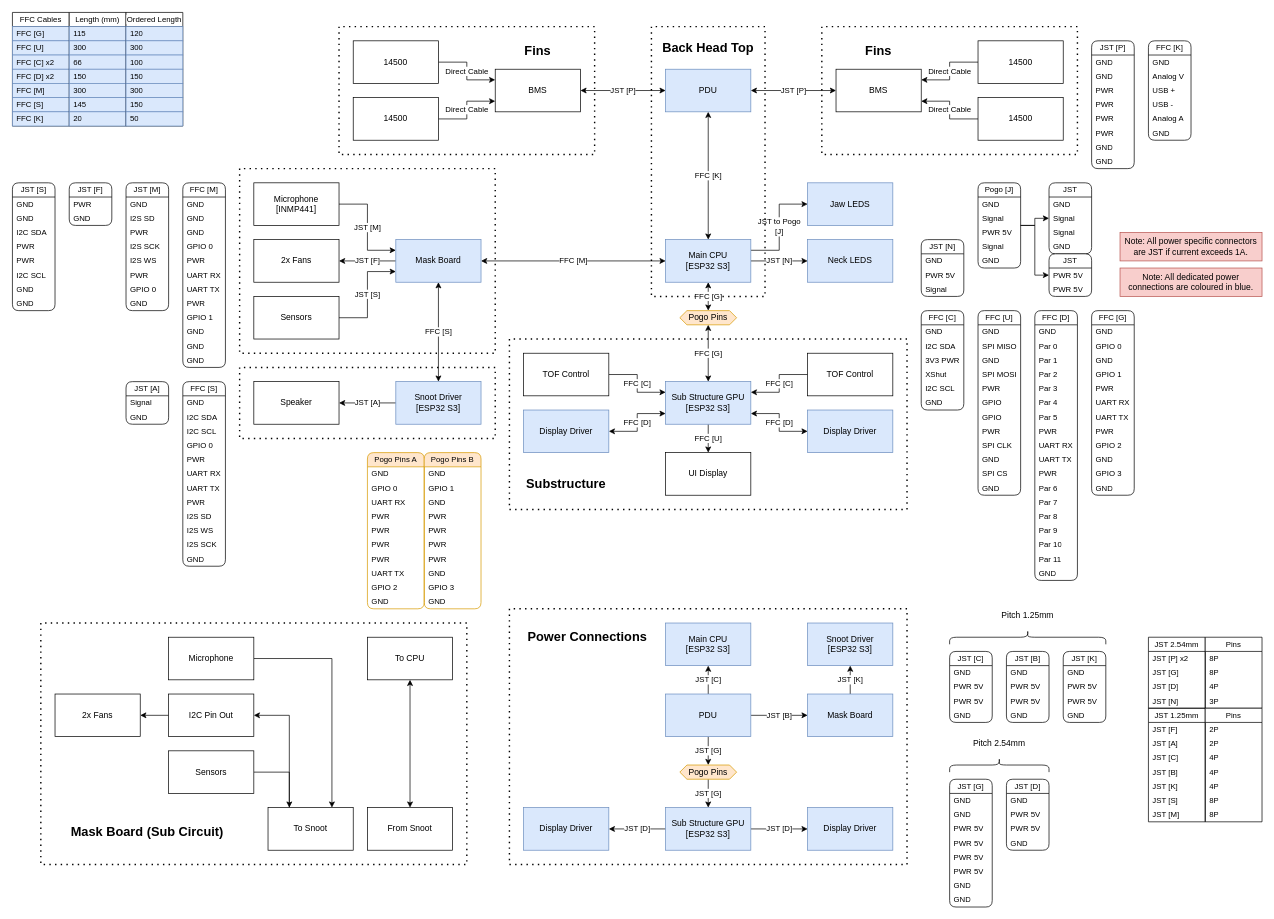
Above: page "Connectors & Connections" (2 of 3) of Documents/Electronics.drawio in XCR1793/Synth-Head (draw.io), before the change. Source tidied: cells renumbered, new cells numbered last; positions are measured from the earlier drawing's top-left corner, leaving out a move shared by most shapes. Both pictures are drawn from the tidied source at 71%, with x=0, y=0 at pixel (12, 12).
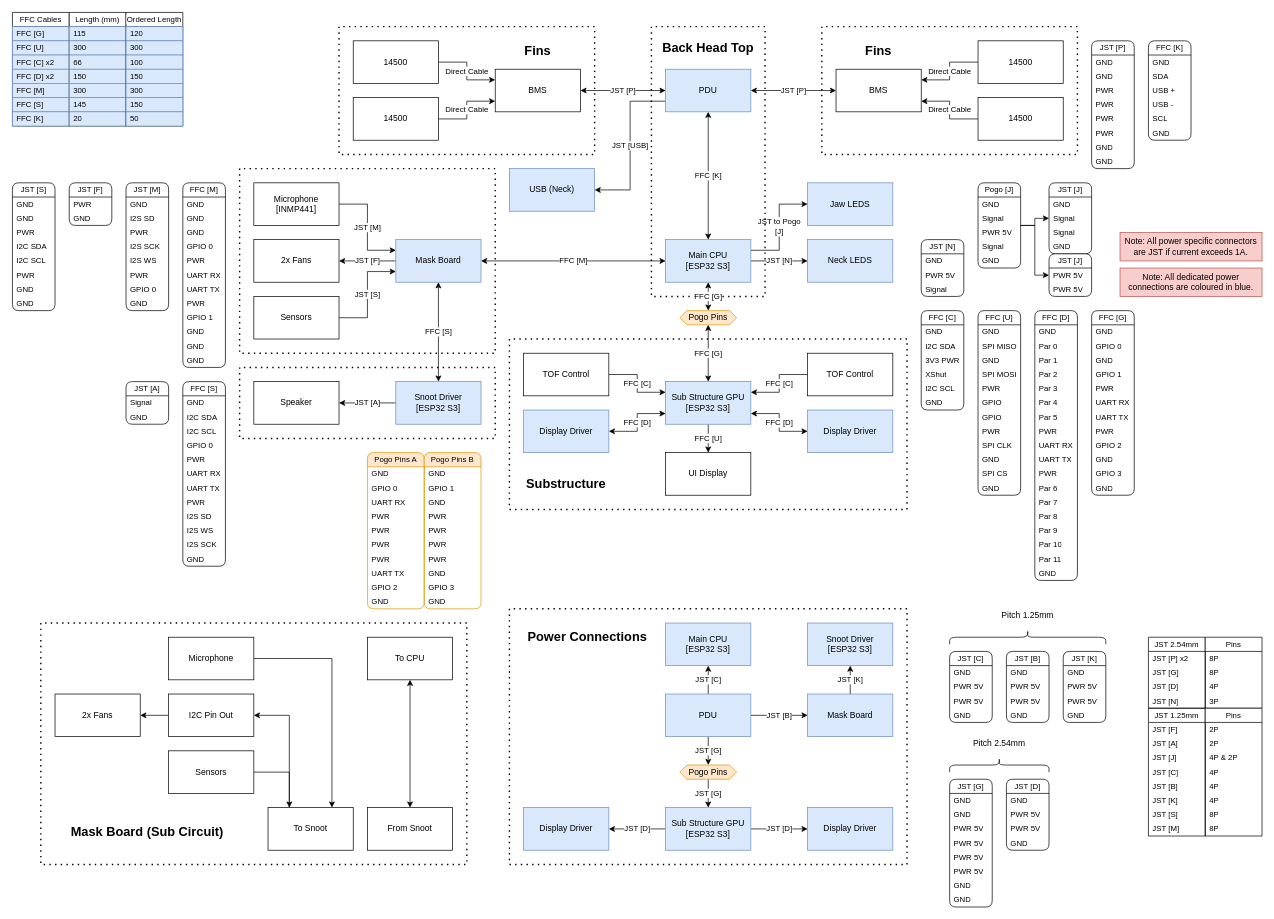
The same page after the edit.

Unchanged cells that the change refers to:
```xml
<mxCell id="13" value="PDU" style="rounded=0;whiteSpace=wrap;html=1;fontStyle=0;fillColor=#dae8fc;strokeColor=#6c8ebf;" parent="1" vertex="1">
  <mxGeometry x="920" y="80" width="120" height="60" as="geometry" />
</mxCell>
<mxCell id="160" value="JST [S]" style="swimlane;fontStyle=0;horizontal=1;startSize=20;whiteSpace=wrap;html=1;fontFamily=Helvetica;fontSize=11;fontColor=default;labelBackgroundColor=default;rounded=1;" parent="1" vertex="1">
  <mxGeometry y="240" width="60" height="180" as="geometry" />
</mxCell>
<mxCell id="195" value="FFC [K]" style="swimlane;fontStyle=0;horizontal=1;startSize=20;whiteSpace=wrap;html=1;fontFamily=Helvetica;fontSize=11;fontColor=default;labelBackgroundColor=default;rounded=1;" parent="1" vertex="1">
  <mxGeometry x="1600" y="40" width="60" height="140" as="geometry" />
</mxCell>
```

Change to the diagram source:
```diff
@@
+    <mxCell id="333" value="JST [USB]" style="edgeStyle=orthogonalEdgeStyle;rounded=0;jettySize=auto;html=1;exitX=0;exitY=0.75;exitDx=0;exitDy=0;entryX=1;entryY=0.5;entryDx=0;entryDy=0;" parent="1" edge="1" source="13" target="336">
+      <mxGeometry relative="1" as="geometry" />
+    </mxCell>
@@
+    <mxCell id="164" value="PWR" style="text;strokeColor=none;fillColor=none;align=left;verticalAlign=middle;spacingLeft=4;spacingRight=4;overflow=hidden;whiteSpace=wrap;html=1;fontFamily=Helvetica;fontSize=11;fontColor=default;labelBackgroundColor=default;fontStyle=0;" parent="160" vertex="1">
+      <mxGeometry y="60" width="60" height="20" as="geometry" />
+    </mxCell>
     <mxCell id="163" value="I2C SDA" style="text;strokeColor=none;fillColor=none;align=left;verticalAlign=middle;spacingLeft=4;spacingRight=4;overflow=hidden;whiteSpace=wrap;html=1;fontFamily=Helvetica;fontSize=11;fontColor=default;labelBackgroundColor=default;fontStyle=0;" parent="160" vertex="1">
-      <mxGeometry y="60" width="60" height="20" as="geometry" />
+      <mxGeometry y="80" width="60" height="20" as="geometry" />
     </mxCell>
-    <mxCell id="164" value="PWR" style="text;strokeColor=none;fillColor=none;align=left;verticalAlign=middle;spacingLeft=4;spacingRight=4;overflow=hidden;whiteSpace=wrap;html=1;fontFamily=Helvetica;fontSize=11;fontColor=default;labelBackgroundColor=default;fontStyle=0;" parent="160" vertex="1">
-      <mxGeometry y="80" width="60" height="20" as="geometry" />
-    </mxCell>
+    <mxCell id="166" value="I2C SCL" style="text;strokeColor=none;fillColor=none;align=left;verticalAlign=middle;spacingLeft=4;spacingRight=4;overflow=hidden;whiteSpace=wrap;html=1;fontFamily=Helvetica;fontSize=11;fontColor=default;labelBackgroundColor=default;fontStyle=0;" parent="160" vertex="1">
+      <mxGeometry y="100" width="60" height="20" as="geometry" />
+    </mxCell>
     <mxCell id="165" value="PWR" style="text;strokeColor=none;fillColor=none;align=left;verticalAlign=middle;spacingLeft=4;spacingRight=4;overflow=hidden;whiteSpace=wrap;html=1;fontFamily=Helvetica;fontSize=11;fontColor=default;labelBackgroundColor=default;fontStyle=0;" parent="160" vertex="1">
-      <mxGeometry y="100" width="60" height="20" as="geometry" />
+      <mxGeometry y="120" width="60" height="20" as="geometry" />
     </mxCell>
-    <mxCell id="166" value="I2C SCL" style="text;strokeColor=none;fillColor=none;align=left;verticalAlign=middle;spacingLeft=4;spacingRight=4;overflow=hidden;whiteSpace=wrap;html=1;fontFamily=Helvetica;fontSize=11;fontColor=default;labelBackgroundColor=default;fontStyle=0;" parent="160" vertex="1">
-      <mxGeometry y="120" width="60" height="20" as="geometry" />
-    </mxCell>
@@
-    <mxCell id="197" value="Analog V" style="text;strokeColor=none;fillColor=none;align=left;verticalAlign=middle;spacingLeft=4;spacingRight=4;overflow=hidden;whiteSpace=wrap;html=1;fontFamily=Helvetica;fontSize=11;fontColor=default;labelBackgroundColor=default;fontStyle=0;" parent="195" vertex="1">
+    <mxCell id="197" value="SDA" style="text;strokeColor=none;fillColor=none;align=left;verticalAlign=middle;spacingLeft=4;spacingRight=4;overflow=hidden;whiteSpace=wrap;html=1;fontFamily=Helvetica;fontSize=11;fontColor=default;labelBackgroundColor=default;fontStyle=0;" parent="195" vertex="1">
       <mxGeometry y="40" width="60" height="20" as="geometry" />
     </mxCell>
@@
-    <mxCell id="200" value="Analog A" style="text;strokeColor=none;fillColor=none;align=left;verticalAlign=middle;spacingLeft=4;spacingRight=4;overflow=hidden;whiteSpace=wrap;html=1;fontFamily=Helvetica;fontSize=11;fontColor=default;labelBackgroundColor=default;fontStyle=0;" parent="195" vertex="1">
+    <mxCell id="200" value="SCL" style="text;strokeColor=none;fillColor=none;align=left;verticalAlign=middle;spacingLeft=4;spacingRight=4;overflow=hidden;whiteSpace=wrap;html=1;fontFamily=Helvetica;fontSize=11;fontColor=default;labelBackgroundColor=default;fontStyle=0;" parent="195" vertex="1">
       <mxGeometry y="100" width="60" height="20" as="geometry" />
     </mxCell>
@@
     <mxCell id="290" value="JST 1.25mm" style="swimlane;fontStyle=0;horizontal=1;startSize=20;whiteSpace=wrap;html=1;fontFamily=Helvetica;fontSize=11;fontColor=default;labelBackgroundColor=default;" parent="1" vertex="1">
-      <mxGeometry x="1600" y="980" width="80" height="160" as="geometry" />
+      <mxGeometry x="1600" y="980" width="80" height="180" as="geometry" />
     </mxCell>
@@
+    <mxCell id="334" value="JST [J]" style="text;strokeColor=none;fillColor=none;align=left;verticalAlign=middle;spacingLeft=4;spacingRight=4;overflow=hidden;whiteSpace=wrap;html=1;fontFamily=Helvetica;fontSize=11;fontColor=default;labelBackgroundColor=default;" parent="290" vertex="1">
+      <mxGeometry y="60" width="80" height="20" as="geometry" />
+    </mxCell>
     <mxCell id="293" value="JST [C]" style="text;strokeColor=none;fillColor=none;align=left;verticalAlign=middle;spacingLeft=4;spacingRight=4;overflow=hidden;whiteSpace=wrap;html=1;fontFamily=Helvetica;fontSize=11;fontColor=default;labelBackgroundColor=default;" parent="290" vertex="1">
-      <mxGeometry y="60" width="80" height="20" as="geometry" />
+      <mxGeometry y="80" width="80" height="20" as="geometry" />
     </mxCell>
     <mxCell id="294" value="JST [B]" style="text;strokeColor=none;fillColor=none;align=left;verticalAlign=middle;spacingLeft=4;spacingRight=4;overflow=hidden;whiteSpace=wrap;html=1;fontFamily=Helvetica;fontSize=11;fontColor=default;labelBackgroundColor=default;" parent="290" vertex="1">
-      <mxGeometry y="80" width="80" height="20" as="geometry" />
+      <mxGeometry y="100" width="80" height="20" as="geometry" />
     </mxCell>
     <mxCell id="295" value="JST [K]" style="text;strokeColor=none;fillColor=none;align=left;verticalAlign=middle;spacingLeft=4;spacingRight=4;overflow=hidden;whiteSpace=wrap;html=1;fontFamily=Helvetica;fontSize=11;fontColor=default;labelBackgroundColor=default;" parent="290" vertex="1">
-      <mxGeometry y="100" width="80" height="20" as="geometry" />
+      <mxGeometry y="120" width="80" height="20" as="geometry" />
     </mxCell>
     <mxCell id="296" value="JST [S]" style="text;strokeColor=none;fillColor=none;align=left;verticalAlign=middle;spacingLeft=4;spacingRight=4;overflow=hidden;whiteSpace=wrap;html=1;fontFamily=Helvetica;fontSize=11;fontColor=default;labelBackgroundColor=default;" parent="290" vertex="1">
-      <mxGeometry y="120" width="80" height="20" as="geometry" />
+      <mxGeometry y="140" width="80" height="20" as="geometry" />
     </mxCell>
     <mxCell id="297" value="JST [M]" style="text;strokeColor=none;fillColor=none;align=left;verticalAlign=middle;spacingLeft=4;spacingRight=4;overflow=hidden;whiteSpace=wrap;html=1;fontFamily=Helvetica;fontSize=11;fontColor=default;labelBackgroundColor=default;" parent="290" vertex="1">
-      <mxGeometry y="140" width="80" height="20" as="geometry" />
+      <mxGeometry y="160" width="80" height="20" as="geometry" />
     </mxCell>
@@
     <mxCell id="308" value="Pins" style="swimlane;fontStyle=0;horizontal=1;startSize=20;whiteSpace=wrap;html=1;fontFamily=Helvetica;fontSize=11;fontColor=default;labelBackgroundColor=default;" parent="1" vertex="1">
-      <mxGeometry x="1680" y="980" width="80" height="160" as="geometry" />
+      <mxGeometry x="1680" y="980" width="80" height="180" as="geometry" />
     </mxCell>
@@
+    <mxCell id="335" value="4P &amp;amp; 2P" style="text;strokeColor=none;fillColor=none;align=left;verticalAlign=middle;spacingLeft=4;spacingRight=4;overflow=hidden;whiteSpace=wrap;html=1;fontFamily=Helvetica;fontSize=11;fontColor=default;labelBackgroundColor=default;" parent="308" vertex="1">
+      <mxGeometry y="60" width="80" height="20" as="geometry" />
+    </mxCell>
     <mxCell id="311" value="4P" style="text;strokeColor=none;fillColor=none;align=left;verticalAlign=middle;spacingLeft=4;spacingRight=4;overflow=hidden;whiteSpace=wrap;html=1;fontFamily=Helvetica;fontSize=11;fontColor=default;labelBackgroundColor=default;" parent="308" vertex="1">
-      <mxGeometry y="60" width="80" height="20" as="geometry" />
+      <mxGeometry y="80" width="80" height="20" as="geometry" />
     </mxCell>
     <mxCell id="312" value="4P" style="text;strokeColor=none;fillColor=none;align=left;verticalAlign=middle;spacingLeft=4;spacingRight=4;overflow=hidden;whiteSpace=wrap;html=1;fontFamily=Helvetica;fontSize=11;fontColor=default;labelBackgroundColor=default;" parent="308" vertex="1">
-      <mxGeometry y="80" width="80" height="20" as="geometry" />
+      <mxGeometry y="100" width="80" height="20" as="geometry" />
     </mxCell>
     <mxCell id="313" value="4P" style="text;strokeColor=none;fillColor=none;align=left;verticalAlign=middle;spacingLeft=4;spacingRight=4;overflow=hidden;whiteSpace=wrap;html=1;fontFamily=Helvetica;fontSize=11;fontColor=default;labelBackgroundColor=default;" parent="308" vertex="1">
-      <mxGeometry y="100" width="80" height="20" as="geometry" />
+      <mxGeometry y="120" width="80" height="20" as="geometry" />
     </mxCell>
     <mxCell id="314" value="8P" style="text;strokeColor=none;fillColor=none;align=left;verticalAlign=middle;spacingLeft=4;spacingRight=4;overflow=hidden;whiteSpace=wrap;html=1;fontFamily=Helvetica;fontSize=11;fontColor=default;labelBackgroundColor=default;" parent="308" vertex="1">
-      <mxGeometry y="120" width="80" height="20" as="geometry" />
+      <mxGeometry y="140" width="80" height="20" as="geometry" />
     </mxCell>
     <mxCell id="315" value="8P" style="text;strokeColor=none;fillColor=none;align=left;verticalAlign=middle;spacingLeft=4;spacingRight=4;overflow=hidden;whiteSpace=wrap;html=1;fontFamily=Helvetica;fontSize=11;fontColor=default;labelBackgroundColor=default;" parent="308" vertex="1">
-      <mxGeometry y="140" width="80" height="20" as="geometry" />
+      <mxGeometry y="160" width="80" height="20" as="geometry" />
     </mxCell>
@@
-    <mxCell id="325" value="JST" style="swimlane;fontStyle=0;horizontal=1;startSize=20;whiteSpace=wrap;html=1;fontFamily=Helvetica;fontSize=11;fontColor=default;labelBackgroundColor=default;rounded=1;" parent="1" vertex="1">
+    <mxCell id="325" value="JST [J]" style="swimlane;fontStyle=0;horizontal=1;startSize=20;whiteSpace=wrap;html=1;fontFamily=Helvetica;fontSize=11;fontColor=default;labelBackgroundColor=default;rounded=1;" parent="1" vertex="1">
       <mxGeometry x="1460" y="240" width="60" height="100" as="geometry" />
     </mxCell>
@@
-    <mxCell id="330" value="JST" style="swimlane;fontStyle=0;horizontal=1;startSize=20;whiteSpace=wrap;html=1;fontFamily=Helvetica;fontSize=11;fontColor=default;labelBackgroundColor=default;rounded=1;" parent="1" vertex="1">
+    <mxCell id="330" value="JST [J]" style="swimlane;fontStyle=0;horizontal=1;startSize=20;whiteSpace=wrap;html=1;fontFamily=Helvetica;fontSize=11;fontColor=default;labelBackgroundColor=default;rounded=1;" parent="1" vertex="1">
       <mxGeometry x="1460" y="340" width="60" height="60" as="geometry" />
     </mxCell>
@@
+    <mxCell id="336" value="USB (Neck)" style="rounded=0;whiteSpace=wrap;html=1;fontStyle=0;fillColor=#dae8fc;strokeColor=#6c8ebf;" parent="1" vertex="1">
+      <mxGeometry x="700" y="220" width="120" height="60" as="geometry" />
+    </mxCell>
```
